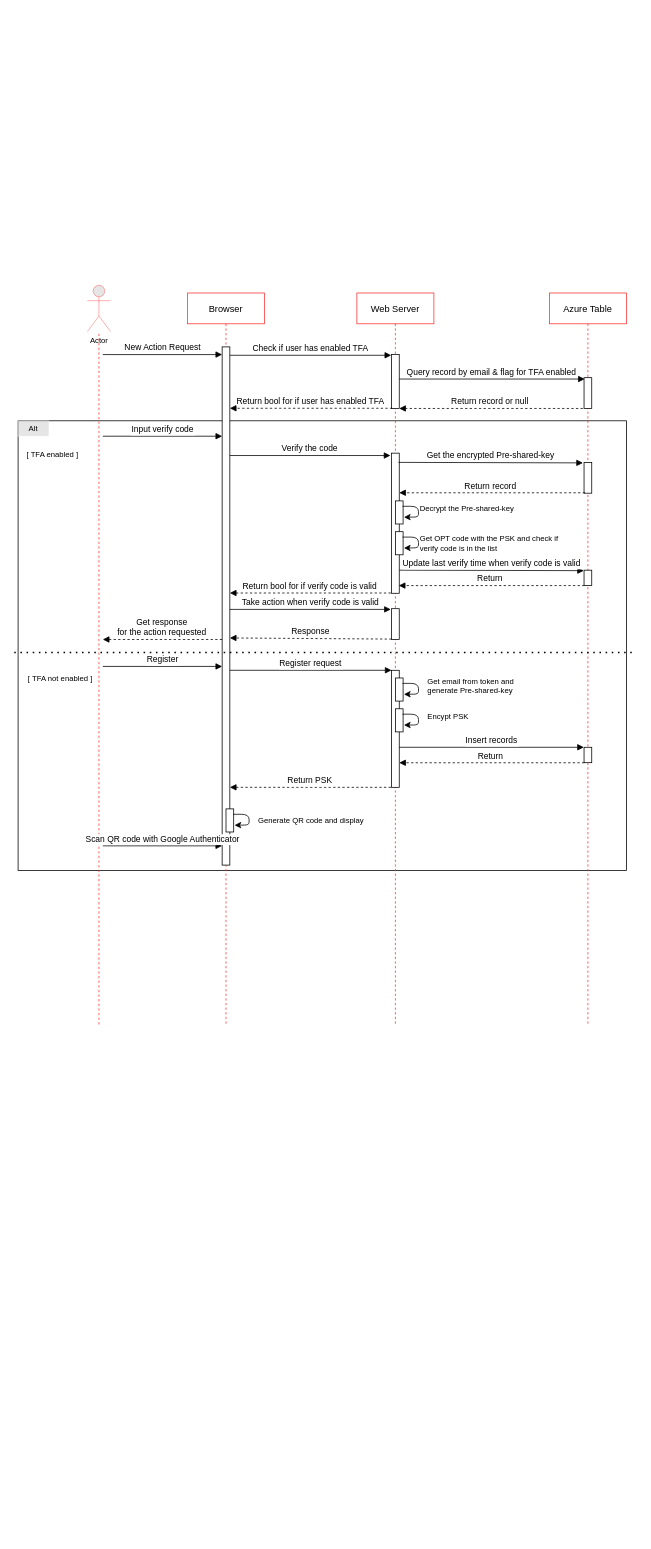
The draw.io diagram Untitled Diagram.drawio in NJGehe/AngularJSTwoFactorAuthentication, before the edit. Source tidied: cells renumbered, new cells numbered last; positions are measured from the earlier drawing's top-left corner, leaving out a move shared by most shapes. Both pictures are drawn from the tidied source at 77%, with x=0, y=0 at pixel (14, 285).
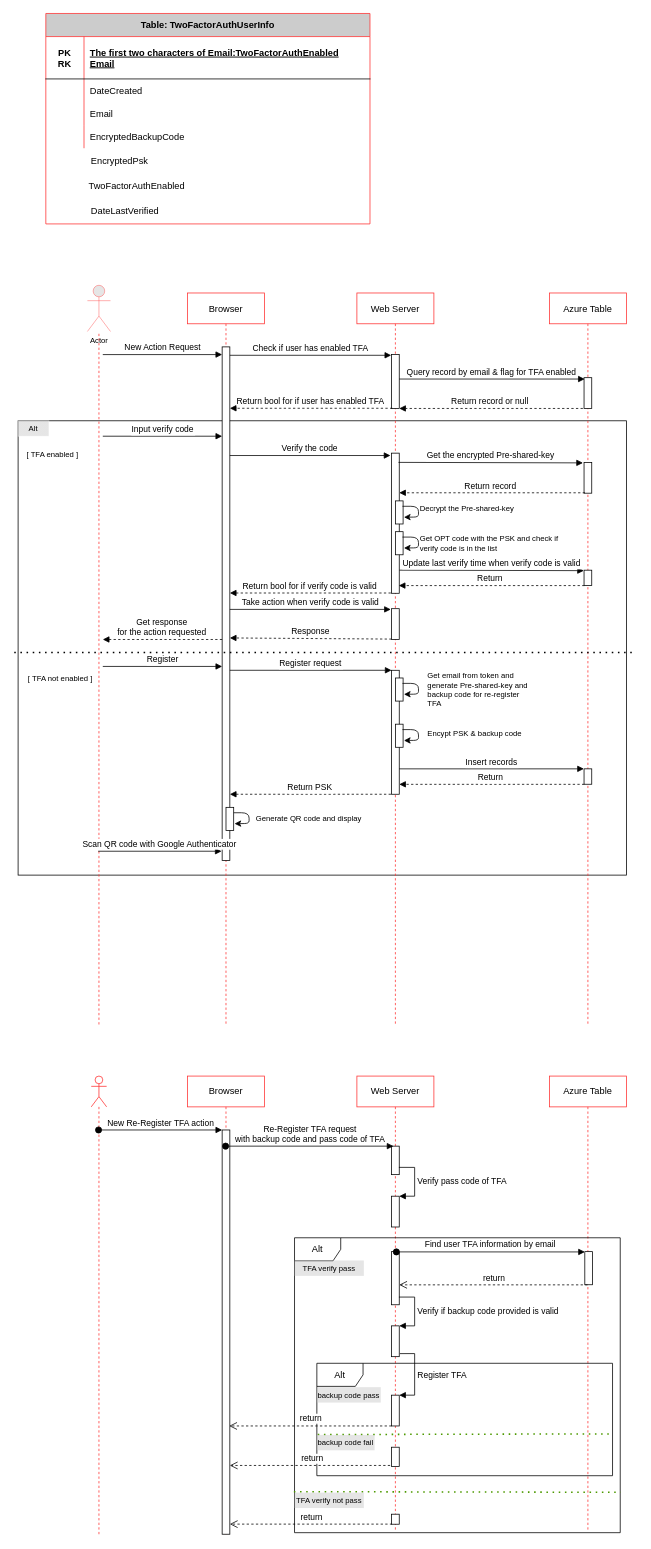
The same diagram, later.

Unchanged cells that the change refers to:
```xml
<mxCell id="3" value="Browser" style="shape=umlLifeline;perimeter=lifelinePerimeter;rounded=0;shadow=0;strokeWidth=1;strokeColor=#FF3333;" parent="1" vertex="1">
  <mxGeometry x="225" y="10" width="100" height="950" as="geometry" />
</mxCell>
<mxCell id="5" value="Web Server" style="shape=umlLifeline;perimeter=lifelinePerimeter;rounded=0;shadow=0;strokeWidth=1;strokeColor=#FF3333;" parent="1" vertex="1">
  <mxGeometry x="445" y="10" width="100" height="950" as="geometry" />
</mxCell>
<mxCell id="14" value="Azure Table" style="shape=umlLifeline;perimeter=lifelinePerimeter;rounded=0;shadow=0;strokeWidth=1;strokeColor=#FF3333;" parent="1" vertex="1">
  <mxGeometry x="695" y="10" width="100" height="950" as="geometry" />
</mxCell>
```

What changed in the source:
```diff
@@
     <mxCell id="2" style="rounded=0;whiteSpace=wrap;html=1;" parent="1" vertex="1">
-      <mxGeometry x="5" y="176" width="790" height="584" as="geometry" />
+      <mxGeometry x="5" y="176" width="790" height="590" as="geometry" />
     </mxCell>
@@
     <mxCell id="4" style="points=[];perimeter=orthogonalPerimeter;rounded=0;shadow=0;strokeWidth=1;" parent="3" vertex="1">
-      <mxGeometry x="45" y="70" width="10" height="673" as="geometry" />
+      <mxGeometry x="45" y="70" width="10" height="667" as="geometry" />
     </mxCell>
+    <mxCell id="53" style="endArrow=classic;html=1;strokeWidth=1;fontSize=10;entryX=1.112;entryY=0.706;entryDx=0;entryDy=0;entryPerimeter=0;exitX=0.917;exitY=0.234;exitDx=0;exitDy=0;exitPerimeter=0;" parent="3" edge="1" source="52" target="52">
+      <mxGeometry relative="1" as="geometry">
+        <Array as="points">
+          <mxPoint x="80" y="675" />
+          <mxPoint x="80" y="689" />
+        </Array>
+      </mxGeometry>
+    </mxCell>
+    <mxCell id="52" style="points=[];perimeter=orthogonalPerimeter;rounded=0;shadow=0;strokeWidth=1;" parent="3" vertex="1">
+      <mxGeometry x="50" y="668" width="10" height="30" as="geometry" />
+    </mxCell>
@@
     <mxCell id="9" style="points=[];perimeter=orthogonalPerimeter;rounded=0;shadow=0;strokeWidth=1;" parent="5" vertex="1">
-      <mxGeometry x="45" y="490" width="10" height="152" as="geometry" />
+      <mxGeometry x="45" y="490" width="10" height="161" as="geometry" />
     </mxCell>
     <mxCell id="10" style="points=[];perimeter=orthogonalPerimeter;rounded=0;shadow=0;strokeWidth=1;" parent="5" vertex="1">
-      <mxGeometry x="50" y="540" width="10" height="30" as="geometry" />
+      <mxGeometry x="50" y="560" width="10" height="30" as="geometry" />
     </mxCell>
     <mxCell id="11" style="endArrow=classic;html=1;strokeWidth=1;fontSize=10;entryX=1.112;entryY=0.706;entryDx=0;entryDy=0;entryPerimeter=0;exitX=0.917;exitY=0.234;exitDx=0;exitDy=0;exitPerimeter=0;" parent="5" edge="1" source="10" target="10">
       <mxGeometry relative="1" as="geometry">
         <Array as="points">
-          <mxPoint x="80" y="547" />
-          <mxPoint x="80" y="561" />
+          <mxPoint x="80" y="567" />
+          <mxPoint x="80" y="581" />
         </Array>
       </mxGeometry>
     </mxCell>
@@
+    <mxCell id="47" style="points=[];perimeter=orthogonalPerimeter;rounded=0;shadow=0;strokeWidth=1;" parent="14" vertex="1">
+      <mxGeometry x="45" y="618" width="10" height="20" as="geometry" />
+    </mxCell>
@@
-    <mxCell id="44" value="Get email from token and generate Pre-shared-key" style="text;html=1;strokeColor=none;fillColor=none;align=left;verticalAlign=middle;whiteSpace=wrap;rounded=0;shadow=0;fontSize=10;opacity=50;" parent="1" vertex="1">
-      <mxGeometry x="535" y="510" width="140" height="20" as="geometry" />
+    <mxCell id="44" value="Get email from token and generate Pre-shared-key and backup code for re-register TFA" style="text;html=1;strokeColor=none;fillColor=none;align=left;verticalAlign=middle;whiteSpace=wrap;rounded=0;shadow=0;fontSize=10;opacity=50;" parent="1" vertex="1">
+      <mxGeometry x="535" y="515" width="140" height="20" as="geometry" />
     </mxCell>
@@
-    <mxCell id="47" style="points=[];perimeter=orthogonalPerimeter;rounded=0;shadow=0;strokeWidth=1;" parent="1" vertex="1">
-      <mxGeometry x="740" y="600" width="10" height="20" as="geometry" />
-    </mxCell>
@@
-    <mxCell id="50" value="Encypt PSK" style="text;html=1;strokeColor=none;fillColor=none;align=left;verticalAlign=middle;whiteSpace=wrap;rounded=0;shadow=0;fontSize=10;opacity=50;" parent="1" vertex="1">
-      <mxGeometry x="535" y="550" width="140" height="20" as="geometry" />
+    <mxCell id="50" value="Encypt PSK &amp;amp; backup code" style="text;html=1;strokeColor=none;fillColor=none;align=left;verticalAlign=middle;whiteSpace=wrap;rounded=0;shadow=0;fontSize=10;opacity=50;" parent="1" vertex="1">
+      <mxGeometry x="535" y="572" width="140" height="20" as="geometry" />
     </mxCell>
@@
-    <mxCell id="52" style="points=[];perimeter=orthogonalPerimeter;rounded=0;shadow=0;strokeWidth=1;" parent="1" vertex="1">
-      <mxGeometry x="275" y="680" width="10" height="30" as="geometry" />
-    </mxCell>
-    <mxCell id="53" style="endArrow=classic;html=1;strokeWidth=1;fontSize=10;entryX=1.112;entryY=0.706;entryDx=0;entryDy=0;entryPerimeter=0;exitX=0.917;exitY=0.234;exitDx=0;exitDy=0;exitPerimeter=0;" parent="1" edge="1" source="52" target="52">
-      <mxGeometry relative="1" as="geometry">
-        <Array as="points">
-          <mxPoint x="305" y="687" />
-          <mxPoint x="305" y="701" />
-        </Array>
-      </mxGeometry>
-    </mxCell>
     <mxCell id="54" value="Generate QR code and display" style="text;html=1;strokeColor=none;fillColor=none;align=left;verticalAlign=middle;whiteSpace=wrap;rounded=0;shadow=0;fontSize=10;opacity=50;" parent="1" vertex="1">
-      <mxGeometry x="315" y="685" width="140" height="20" as="geometry" />
+      <mxGeometry x="312" y="682" width="140" height="20" as="geometry" />
     </mxCell>
-    <mxCell id="55" value="Scan QR code with Google Authenticator" style="verticalAlign=bottom;endArrow=block;shadow=0;strokeWidth=1;" parent="1" edge="1" target="4">
+    <mxCell id="55" value="Scan QR code with Google Authenticator" style="verticalAlign=bottom;endArrow=block;shadow=0;strokeWidth=1;entryX=-0.071;entryY=0.982;entryDx=0;entryDy=0;entryPerimeter=0;" parent="1" edge="1" target="4">
       <mxGeometry relative="1" as="geometry">
-        <mxPoint x="115" y="728" as="sourcePoint" />
+        <mxPoint x="109" y="735" as="sourcePoint" />
       </mxGeometry>
     </mxCell>
@@
+    <mxCell id="57" style="shape=umlLifeline;participant=umlActor;perimeter=lifelinePerimeter;whiteSpace=wrap;html=1;verticalAlign=top;spacingTop=36;outlineConnect=0;strokeColor=#FF3333;" parent="1" vertex="1">
+      <mxGeometry x="100" y="1027" width="20" height="597" as="geometry" />
+    </mxCell>
+    <mxCell id="58" value="Browser" style="shape=umlLifeline;perimeter=lifelinePerimeter;whiteSpace=wrap;html=1;outlineConnect=0;strokeColor=#FF3333;" parent="1" vertex="1">
+      <mxGeometry x="225" y="1027" width="100" height="595" as="geometry" />
+    </mxCell>
+    <mxCell id="59" style="html=1;points=[];perimeter=orthogonalPerimeter;" parent="58" vertex="1">
+      <mxGeometry x="45" y="70" width="10" height="525" as="geometry" />
+    </mxCell>
+    <mxCell id="60" value="Web Server" style="shape=umlLifeline;perimeter=lifelinePerimeter;whiteSpace=wrap;html=1;strokeColor=#FF3333;" parent="1" vertex="1">
+      <mxGeometry x="445" y="1027" width="100" height="589" as="geometry" />
+    </mxCell>
+    <mxCell id="61" style="html=1;points=[];perimeter=orthogonalPerimeter;" parent="60" vertex="1">
+      <mxGeometry x="45" y="91" width="10" height="37" as="geometry" />
+    </mxCell>
+    <mxCell id="62" style="html=1;points=[];perimeter=orthogonalPerimeter;" parent="60" vertex="1">
+      <mxGeometry x="45" y="156" width="10" height="40" as="geometry" />
+    </mxCell>
+    <mxCell id="63" value="Verify pass code of TFA" style="edgeStyle=orthogonalEdgeStyle;html=1;align=left;spacingLeft=2;endArrow=block;rounded=0;entryX=1;entryY=0;exitX=0.957;exitY=0.745;exitDx=0;exitDy=0;exitPerimeter=0;" parent="60" edge="1" source="61" target="62">
+      <mxGeometry relative="1" as="geometry">
+        <Array as="points">
+          <mxPoint x="75" y="119" />
+          <mxPoint x="75" y="156" />
+          <mxPoint x="55" y="156" />
+        </Array>
+      </mxGeometry>
+    </mxCell>
+    <mxCell id="64" value="Azure Table" style="shape=umlLifeline;perimeter=lifelinePerimeter;whiteSpace=wrap;html=1;strokeColor=#FF3333;" parent="1" vertex="1">
+      <mxGeometry x="695" y="1027" width="100" height="589" as="geometry" />
+    </mxCell>
+    <mxCell id="65" value="New Re-Register TFA action" style="html=1;verticalAlign=bottom;startArrow=oval;endArrow=block;startSize=8;entryX=0;entryY=0;entryDx=0;entryDy=0;entryPerimeter=0;" parent="1" edge="1" source="57" target="59">
+      <mxGeometry relative="1" as="geometry" />
+    </mxCell>
+    <mxCell id="66" value="Re-Register TFA request&lt;br&gt;with backup code and pass code of TFA" style="html=1;verticalAlign=bottom;startArrow=oval;endArrow=block;startSize=8;entryX=0.25;entryY=0;entryDx=0;entryDy=0;entryPerimeter=0;" parent="1" edge="1" source="58" target="61">
+      <mxGeometry relative="1" as="geometry" />
+    </mxCell>
+    <mxCell id="67" value="Alt" style="shape=umlFrame;whiteSpace=wrap;html=1;" parent="1" vertex="1">
+      <mxGeometry x="364" y="1237" width="423" height="383" as="geometry" />
+    </mxCell>
+    <mxCell id="68" style="endArrow=none;dashed=1;html=1;dashPattern=1 3;strokeWidth=2;fontSize=10;exitX=-0.002;exitY=0.861;exitDx=0;exitDy=0;exitPerimeter=0;entryX=1.001;entryY=0.863;entryDx=0;entryDy=0;entryPerimeter=0;strokeColor=#4D9900;" parent="1" edge="1" source="67" target="67">
+      <mxGeometry relative="1" as="geometry" />
+    </mxCell>
+    <mxCell id="69" value="TFA verify pass" style="text;html=1;strokeColor=none;align=center;verticalAlign=middle;whiteSpace=wrap;rounded=0;shadow=0;fontSize=10;opacity=50;fillColor=#CCCCCC;" parent="1" vertex="1">
+      <mxGeometry x="364" y="1266.5" width="90" height="20" as="geometry" />
+    </mxCell>
+    <mxCell id="70" value="TFA verify not pass" style="text;html=1;strokeColor=none;align=center;verticalAlign=middle;whiteSpace=wrap;rounded=0;shadow=0;fontSize=10;opacity=50;fillColor=#CCCCCC;" parent="1" vertex="1">
+      <mxGeometry x="364" y="1568" width="90" height="20" as="geometry" />
+    </mxCell>
+    <mxCell id="71" style="html=1;points=[];perimeter=orthogonalPerimeter;" parent="1" vertex="1">
+      <mxGeometry x="741" y="1255" width="10" height="43" as="geometry" />
+    </mxCell>
+    <mxCell id="72" value="return" style="html=1;verticalAlign=bottom;endArrow=open;dashed=1;endSize=8;exitX=0.352;exitY=1.003;exitDx=0;exitDy=0;exitPerimeter=0;" parent="1" edge="1" source="71" target="73">
+      <mxGeometry relative="1" as="geometry" />
+    </mxCell>
+    <mxCell id="73" style="html=1;points=[];perimeter=orthogonalPerimeter;" parent="1" vertex="1">
+      <mxGeometry x="490" y="1255" width="10" height="69" as="geometry" />
+    </mxCell>
+    <mxCell id="74" value="Find user TFA information by email" style="html=1;verticalAlign=bottom;startArrow=oval;endArrow=block;startSize=8;entryX=0.007;entryY=0.009;entryDx=0;entryDy=0;entryPerimeter=0;exitX=0.624;exitY=0.005;exitDx=0;exitDy=0;exitPerimeter=0;" parent="1" edge="1" source="73" target="71">
+      <mxGeometry relative="1" as="geometry" />
+    </mxCell>
+    <mxCell id="75" style="html=1;points=[];perimeter=orthogonalPerimeter;" parent="1" vertex="1">
+      <mxGeometry x="490" y="1351.4" width="10" height="40" as="geometry" />
+    </mxCell>
+    <mxCell id="76" value="Verify if backup code provided is valid" style="edgeStyle=orthogonalEdgeStyle;html=1;align=left;spacingLeft=2;endArrow=block;rounded=0;entryX=1;entryY=0;exitX=0.957;exitY=0.745;exitDx=0;exitDy=0;exitPerimeter=0;" parent="1" edge="1" target="75">
+      <mxGeometry relative="1" as="geometry">
+        <mxPoint x="499.6" y="1314" as="sourcePoint" />
+        <Array as="points">
+          <mxPoint x="520" y="1314.4" />
+          <mxPoint x="520" y="1351.4" />
+          <mxPoint x="500" y="1351.4" />
+        </Array>
+      </mxGeometry>
+    </mxCell>
+    <mxCell id="77" value="return" style="html=1;verticalAlign=bottom;endArrow=open;dashed=1;endSize=8;exitX=0.083;exitY=0.991;exitDx=0;exitDy=0;exitPerimeter=0;" parent="1" edge="1" source="78" target="59">
+      <mxGeometry relative="1" as="geometry" />
+    </mxCell>
+    <mxCell id="78" style="html=1;points=[];perimeter=orthogonalPerimeter;" parent="1" vertex="1">
+      <mxGeometry x="490" y="1596" width="10" height="13" as="geometry" />
+    </mxCell>
+    <mxCell id="79" value="Alt" style="shape=umlFrame;whiteSpace=wrap;html=1;" parent="1" vertex="1">
+      <mxGeometry x="393" y="1400" width="384" height="146" as="geometry" />
+    </mxCell>
+    <mxCell id="80" style="endArrow=none;dashed=1;html=1;dashPattern=1 3;strokeWidth=2;fontSize=10;exitX=0.003;exitY=0.634;exitDx=0;exitDy=0;exitPerimeter=0;entryX=1.003;entryY=0.628;entryDx=0;entryDy=0;entryPerimeter=0;strokeColor=#4D9900;" parent="1" edge="1" source="79" target="79">
+      <mxGeometry relative="1" as="geometry" />
+    </mxCell>
+    <mxCell id="81" style="html=1;points=[];perimeter=orthogonalPerimeter;" parent="1" vertex="1">
+      <mxGeometry x="490" y="1441.4" width="10" height="40" as="geometry" />
+    </mxCell>
+    <mxCell id="82" value="Register TFA&amp;nbsp;" style="edgeStyle=orthogonalEdgeStyle;html=1;align=left;spacingLeft=2;endArrow=block;rounded=0;entryX=1;entryY=0;exitX=1.083;exitY=0.901;exitDx=0;exitDy=0;exitPerimeter=0;" parent="1" edge="1" source="75" target="81">
+      <mxGeometry relative="1" as="geometry">
+        <Array as="points">
+          <mxPoint x="520" y="1388" />
+          <mxPoint x="520" y="1441" />
+        </Array>
+      </mxGeometry>
+    </mxCell>
+    <mxCell id="83" value="backup code pass" style="text;html=1;strokeColor=none;align=center;verticalAlign=middle;whiteSpace=wrap;rounded=0;shadow=0;fontSize=10;opacity=50;fillColor=#CCCCCC;" parent="1" vertex="1">
+      <mxGeometry x="393" y="1431" width="83" height="20" as="geometry" />
+    </mxCell>
+    <mxCell id="84" value="backup code fail" style="text;html=1;strokeColor=none;align=center;verticalAlign=middle;whiteSpace=wrap;rounded=0;shadow=0;fontSize=10;opacity=50;fillColor=#CCCCCC;" parent="1" vertex="1">
+      <mxGeometry x="393" y="1493" width="75" height="20" as="geometry" />
+    </mxCell>
+    <mxCell id="85" value="return" style="html=1;verticalAlign=bottom;endArrow=open;dashed=1;endSize=8;exitX=0.083;exitY=0.991;exitDx=0;exitDy=0;exitPerimeter=0;" parent="1" edge="1">
+      <mxGeometry relative="1" as="geometry">
+        <mxPoint x="490" y="1481.4" as="sourcePoint" />
+        <mxPoint x="279.2" y="1481.4" as="targetPoint" />
+      </mxGeometry>
+    </mxCell>
+    <mxCell id="86" value="return" style="html=1;verticalAlign=bottom;endArrow=open;dashed=1;endSize=8;exitX=0.417;exitY=0.948;exitDx=0;exitDy=0;exitPerimeter=0;" parent="1" edge="1" source="87" target="59">
+      <mxGeometry relative="1" as="geometry" />
+    </mxCell>
+    <mxCell id="87" style="html=1;points=[];perimeter=orthogonalPerimeter;" parent="1" vertex="1">
+      <mxGeometry x="490" y="1509" width="10" height="25" as="geometry" />
+    </mxCell>
+    <mxCell id="88" value="Table: TwoFactorAuthUserInfo" style="shape=table;startSize=30;childLayout=tableLayout;rowLines=0;fontStyle=1;align=center;strokeColor=#FF3333;fillColor=#CCCCCC;" parent="1" vertex="1">
+      <mxGeometry x="41" y="-353" width="421" height="273.3" as="geometry" />
+    </mxCell>
+    <mxCell id="89" style="shape=partialRectangle;fillColor=none;top=0;left=0;bottom=1;right=0;" parent="88" vertex="1">
+      <mxGeometry y="30" width="421" height="55" as="geometry" />
+    </mxCell>
+    <mxCell id="90" value="PK&#10;RK" style="shape=partialRectangle;fillColor=none;top=0;left=0;bottom=0;right=0;fontStyle=1;overflow=hidden;" parent="89" vertex="1">
+      <mxGeometry width="49.6" height="55" as="geometry" />
+    </mxCell>
+    <mxCell id="91" value="The first two characters of Email:TwoFactorAuthEnabled&#10;Email" style="shape=partialRectangle;fillColor=none;top=0;left=0;bottom=0;right=0;align=left;spacingLeft=6;fontStyle=5;overflow=hidden;" parent="89" vertex="1">
+      <mxGeometry x="49.6" width="371.4" height="55" as="geometry" />
+    </mxCell>
+    <mxCell id="92" style="shape=partialRectangle;fillColor=none;top=0;left=0;bottom=0;right=0;" parent="88" vertex="1">
+      <mxGeometry y="85" width="421" height="30" as="geometry" />
+    </mxCell>
+    <mxCell id="93" style="shape=partialRectangle;fillColor=none;top=0;left=0;bottom=0;right=0;overflow=hidden;" parent="92" vertex="1">
+      <mxGeometry width="49.6" height="30" as="geometry" />
+    </mxCell>
+    <mxCell id="94" value="DateCreated" style="shape=partialRectangle;fillColor=none;top=0;left=0;bottom=0;right=0;align=left;spacingLeft=6;overflow=hidden;" parent="92" vertex="1">
+      <mxGeometry x="49.6" width="371.4" height="30" as="geometry" />
+    </mxCell>
+    <mxCell id="95" style="shape=partialRectangle;fillColor=none;top=0;left=0;bottom=0;right=0;" parent="88" vertex="1">
+      <mxGeometry y="115" width="421" height="30" as="geometry" />
+    </mxCell>
+    <mxCell id="96" style="shape=partialRectangle;fillColor=none;top=0;left=0;bottom=0;right=0;overflow=hidden;" parent="95" vertex="1">
+      <mxGeometry width="49.6" height="30" as="geometry" />
+    </mxCell>
+    <mxCell id="97" value="Email" style="shape=partialRectangle;fillColor=none;top=0;left=0;bottom=0;right=0;align=left;spacingLeft=6;overflow=hidden;" parent="95" vertex="1">
+      <mxGeometry x="49.6" width="371.4" height="30" as="geometry" />
+    </mxCell>
+    <mxCell id="98" style="shape=partialRectangle;fillColor=none;top=0;left=0;bottom=0;right=0;" parent="88" vertex="1">
+      <mxGeometry y="145" width="421" height="30" as="geometry" />
+    </mxCell>
+    <mxCell id="99" style="shape=partialRectangle;fillColor=none;top=0;left=0;bottom=0;right=0;overflow=hidden;" parent="98" vertex="1">
+      <mxGeometry width="49.6" height="30" as="geometry" />
+    </mxCell>
+    <mxCell id="100" value="EncryptedBackupCode" style="shape=partialRectangle;fillColor=none;top=0;left=0;bottom=0;right=0;align=left;spacingLeft=6;overflow=hidden;" parent="98" vertex="1">
+      <mxGeometry x="49.6" width="371.4" height="30" as="geometry" />
+    </mxCell>
+    <mxCell id="101" style="shape=partialRectangle;fillColor=none;top=0;left=0;bottom=0;right=0;" parent="1" vertex="1">
+      <mxGeometry x="62" y="-177" width="180" height="30" as="geometry" />
+    </mxCell>
+    <mxCell id="102" style="shape=partialRectangle;fillColor=none;top=0;left=0;bottom=0;right=0;overflow=hidden;" parent="101" vertex="1">
+      <mxGeometry width="30" height="30" as="geometry" />
+    </mxCell>
+    <mxCell id="103" value="EncryptedPsk" style="shape=partialRectangle;fillColor=none;top=0;left=0;bottom=0;right=0;align=left;spacingLeft=6;overflow=hidden;" parent="101" vertex="1">
+      <mxGeometry x="30" width="150" height="30" as="geometry" />
+    </mxCell>
+    <mxCell id="104" style="shape=partialRectangle;fillColor=none;top=0;left=0;bottom=0;right=0;" parent="1" vertex="1">
+      <mxGeometry x="59" y="-145" width="180" height="30" as="geometry" />
+    </mxCell>
+    <mxCell id="105" style="shape=partialRectangle;fillColor=none;top=0;left=0;bottom=0;right=0;overflow=hidden;" parent="104" vertex="1">
+      <mxGeometry width="30" height="30" as="geometry" />
+    </mxCell>
+    <mxCell id="106" value="TwoFactorAuthEnabled" style="shape=partialRectangle;fillColor=none;top=0;left=0;bottom=0;right=0;align=left;spacingLeft=6;overflow=hidden;" parent="104" vertex="1">
+      <mxGeometry x="30" width="150" height="30" as="geometry" />
+    </mxCell>
+    <mxCell id="107" value="DateLastVerified" style="shape=partialRectangle;fillColor=none;top=0;left=0;bottom=0;right=0;align=left;spacingLeft=6;overflow=hidden;" parent="1" vertex="1">
+      <mxGeometry x="92" y="-112" width="150" height="30" as="geometry" />
+    </mxCell>
```
